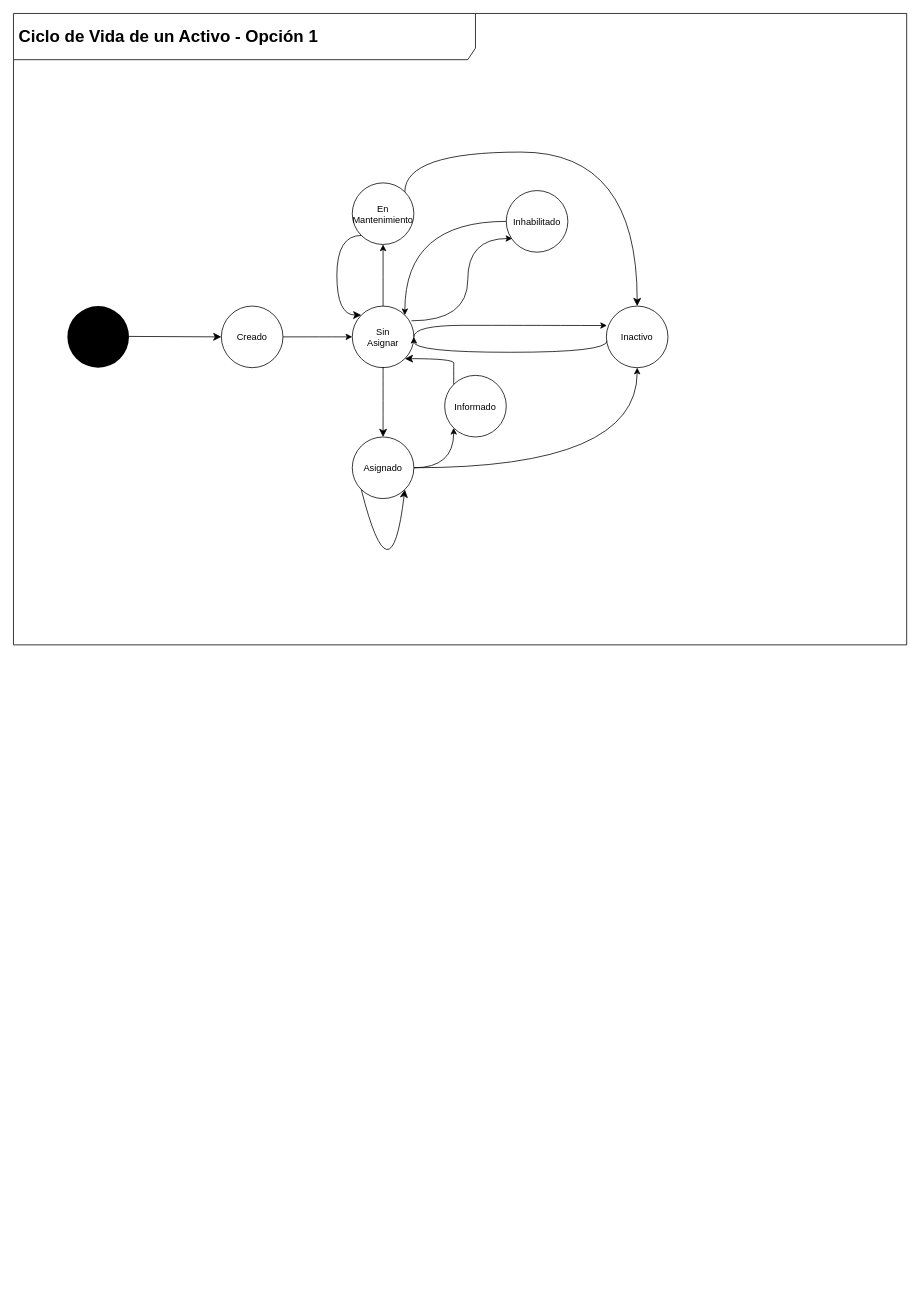
The draw.io diagram _docs/ciclo_vida_activo.drawio in proyecto-oilstone/assets, before the edit. Source tidied: cells renumbered, new cells numbered last; positions are measured from the earlier drawing's top-left corner, leaving out a move shared by most shapes. Both pictures are drawn from the tidied source at 77%, with x=0, y=0 at pixel (13, 13).
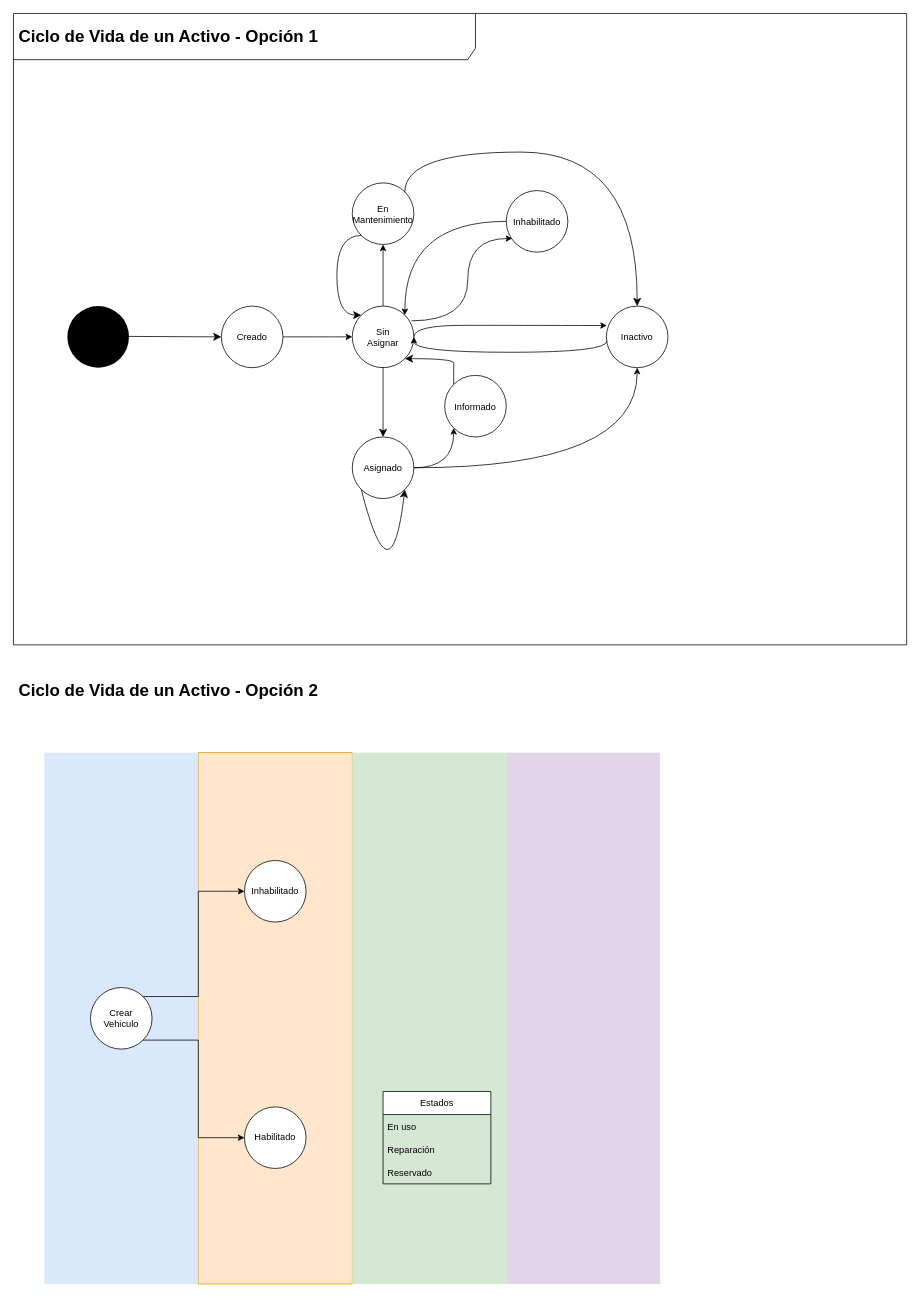
The same diagram, later.

Diff of the diagram source:
```diff
@@
+    <mxCell id="25" style="rounded=0;whiteSpace=wrap;html=1;fillColor=#ffe6cc;strokeColor=#d79b00;" parent="1" vertex="1">
+      <mxGeometry x="240" y="960" width="200" height="690" as="geometry" />
+    </mxCell>
+    <mxCell id="26" value="&lt;font style=&quot;font-size: 22px&quot;&gt;&lt;b&gt;Ciclo de Vida de un Activo - Opción 2&lt;/b&gt;&lt;/font&gt;" style="shape=umlFrame;whiteSpace=wrap;html=1;width=600;height=60;boundedLbl=1;verticalAlign=middle;align=left;spacingLeft=5;strokeColor=none;" parent="1" vertex="1">
+      <mxGeometry y="850" width="1160" height="820" as="geometry" />
+    </mxCell>
+    <mxCell id="27" style="rounded=0;whiteSpace=wrap;html=1;fillColor=#dae8fc;strokeColor=none;" parent="1" vertex="1">
+      <mxGeometry x="40" y="960" width="200" height="690" as="geometry" />
+    </mxCell>
@@
+    <mxCell id="28" style="edgeStyle=orthogonalEdgeStyle;rounded=0;jettySize=auto;html=1;exitX=1;exitY=0;exitDx=0;exitDy=0;entryX=0;entryY=0.5;entryDx=0;entryDy=0;" parent="1" edge="1" source="30" target="33">
+      <mxGeometry relative="1" as="geometry" />
+    </mxCell>
+    <mxCell id="29" style="edgeStyle=orthogonalEdgeStyle;rounded=0;jettySize=auto;html=1;exitX=1;exitY=1;exitDx=0;exitDy=0;entryX=0;entryY=0.5;entryDx=0;entryDy=0;" parent="1" edge="1" source="30" target="34">
+      <mxGeometry relative="1" as="geometry" />
+    </mxCell>
+    <mxCell id="30" value="Crear Vehiculo" style="ellipse;whiteSpace=wrap;html=1;" parent="1" vertex="1">
+      <mxGeometry x="100" y="1265" width="80" height="80" as="geometry" />
+    </mxCell>
+    <mxCell id="31" style="rounded=0;whiteSpace=wrap;html=1;fillColor=#d5e8d4;strokeColor=none;" parent="1" vertex="1">
+      <mxGeometry x="440" y="960" width="200" height="690" as="geometry" />
+    </mxCell>
+    <mxCell id="32" style="rounded=0;whiteSpace=wrap;html=1;fillColor=#e1d5e7;strokeColor=none;" parent="1" vertex="1">
+      <mxGeometry x="640" y="960" width="200" height="690" as="geometry" />
+    </mxCell>
+    <mxCell id="33" value="Inhabilitado" style="ellipse;whiteSpace=wrap;html=1;" parent="1" vertex="1">
+      <mxGeometry x="300" y="1100" width="80" height="80" as="geometry" />
+    </mxCell>
+    <mxCell id="34" value="Habilitado" style="ellipse;whiteSpace=wrap;html=1;" parent="1" vertex="1">
+      <mxGeometry x="300" y="1420" width="80" height="80" as="geometry" />
+    </mxCell>
+    <mxCell id="35" value="Estados" style="swimlane;fontStyle=0;horizontal=1;startSize=30;" parent="1" vertex="1">
+      <mxGeometry x="480" y="1400" width="140" height="120" as="geometry" />
+    </mxCell>
+    <mxCell id="36" value="En uso" style="text;strokeColor=none;fillColor=none;align=left;verticalAlign=middle;spacingLeft=4;spacingRight=4;overflow=hidden;" parent="35" vertex="1">
+      <mxGeometry y="30" width="140" height="30" as="geometry" />
+    </mxCell>
+    <mxCell id="37" value="Reparación" style="text;strokeColor=none;fillColor=none;align=left;verticalAlign=middle;spacingLeft=4;spacingRight=4;overflow=hidden;" parent="35" vertex="1">
+      <mxGeometry y="60" width="140" height="30" as="geometry" />
+    </mxCell>
+    <mxCell id="38" value="Reservado" style="text;strokeColor=none;fillColor=none;align=left;verticalAlign=middle;spacingLeft=4;spacingRight=4;overflow=hidden;" parent="35" vertex="1">
+      <mxGeometry y="90" width="140" height="30" as="geometry" />
+    </mxCell>
```
